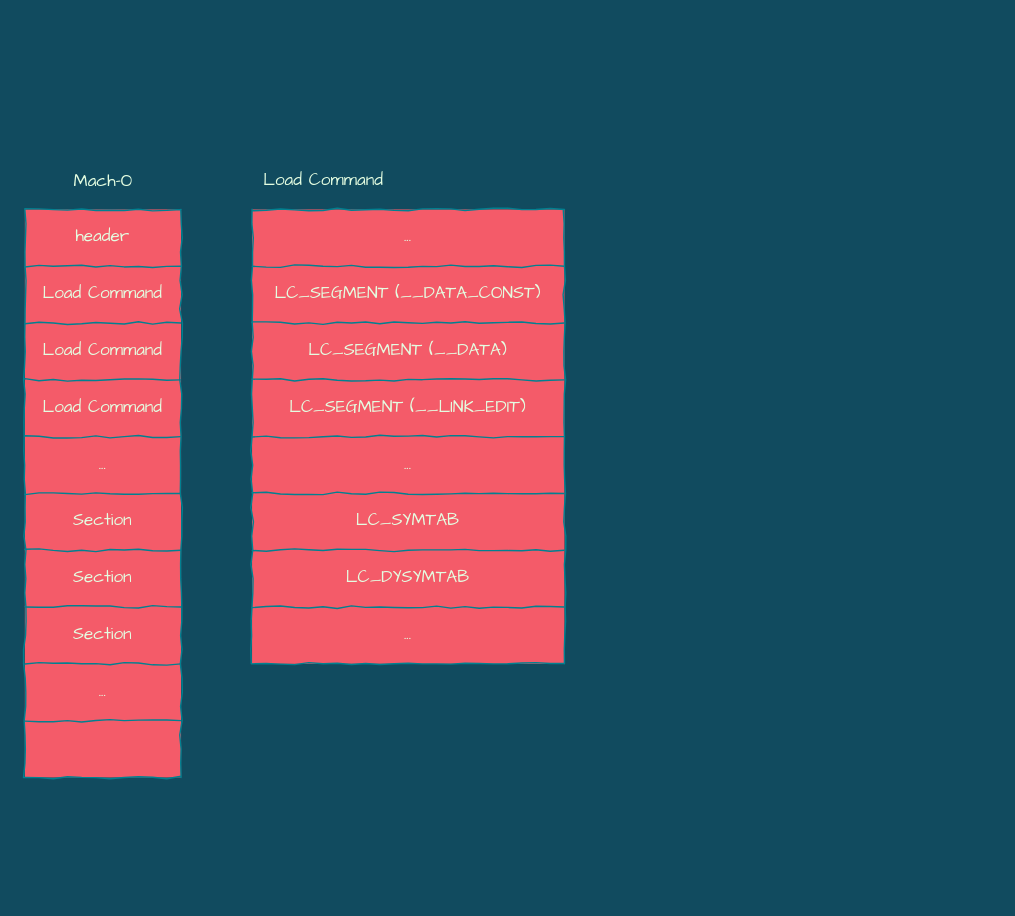
Before: fishhook/mach-o.drawio in silan-liu/drawio, a draw.io diagram. Source tidied: cells renumbered, new cells numbered last; positions are measured from the earlier drawing's top-left corner, leaving out a move shared by most shapes. Both pictures are drawn from the tidied source at 142%, with x=0, y=0 at pixel (24, 166).
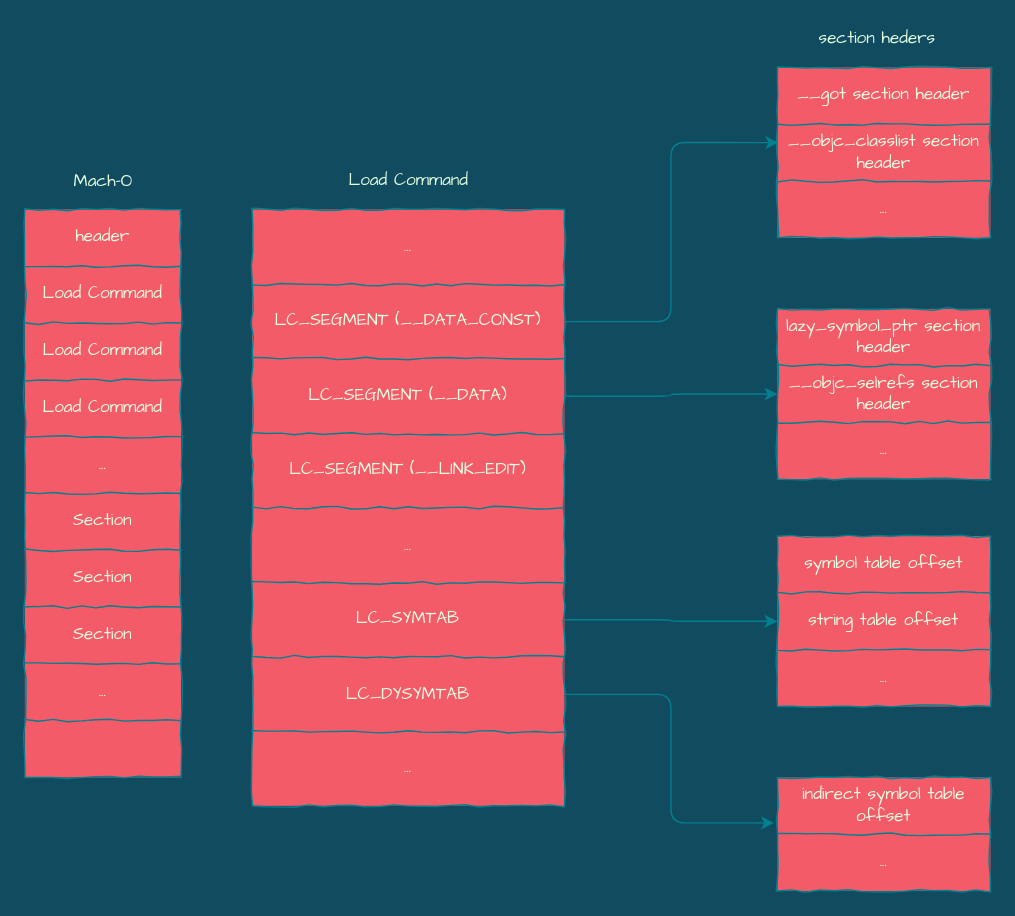
The same page after the edit.

The edit, as a diff of the source:
```diff
@@
     <mxCell id="24" style="shape=table;html=1;whiteSpace=wrap;startSize=0;childLayout=tableLayout;comic=1;fillColor=#F45B69;strokeColor=#028090;fontColor=#E4FDE1;fontFamily=Architects Daughter;" parent="1" vertex="1">
-      <mxGeometry x="160" y="30" width="220" height="320" as="geometry" />
+      <mxGeometry x="160" y="30" width="220" height="420" as="geometry" />
     </mxCell>
     <mxCell id="25" style="shape=partialRectangle;html=1;whiteSpace=wrap;fillColor=none;top=0;left=0;bottom=0;right=0;strokeColor=#028090;fontColor=#E4FDE1;" parent="24" vertex="1">
-      <mxGeometry width="220" height="40" as="geometry" />
+      <mxGeometry width="220" height="53" as="geometry" />
     </mxCell>
     <mxCell id="26" value="..." style="shape=partialRectangle;html=1;whiteSpace=wrap;overflow=hidden;fillColor=none;top=0;left=0;bottom=0;right=0;strokeColor=#028090;fontColor=#E4FDE1;fontFamily=Architects Daughter;" parent="25" vertex="1">
-      <mxGeometry width="220" height="40" as="geometry" />
+      <mxGeometry width="220" height="53" as="geometry" />
     </mxCell>
     <mxCell id="27" style="shape=partialRectangle;html=1;whiteSpace=wrap;fillColor=none;top=0;left=0;bottom=0;right=0;points=[[0,0.5],[1,0.5]];portConstraint=eastwest;strokeColor=#028090;fontColor=#E4FDE1;" parent="24" vertex="1">
-      <mxGeometry y="40" width="220" height="40" as="geometry" />
+      <mxGeometry y="53" width="220" height="52" as="geometry" />
     </mxCell>
     <mxCell id="28" value="LC_SEGMENT (__DATA_CONST)" style="shape=partialRectangle;html=1;whiteSpace=wrap;overflow=hidden;fillColor=none;top=0;left=0;bottom=0;right=0;strokeColor=#028090;fontColor=#E4FDE1;fontFamily=Architects Daughter;" parent="27" vertex="1">
-      <mxGeometry width="220" height="40" as="geometry" />
+      <mxGeometry width="220" height="52" as="geometry" />
     </mxCell>
     <mxCell id="29" style="shape=partialRectangle;html=1;whiteSpace=wrap;fillColor=none;top=0;left=0;bottom=0;right=0;points=[[0,0.5],[1,0.5]];portConstraint=eastwest;strokeColor=#028090;fontColor=#E4FDE1;" parent="24" vertex="1">
-      <mxGeometry y="80" width="220" height="40" as="geometry" />
+      <mxGeometry y="105" width="220" height="53" as="geometry" />
     </mxCell>
     <mxCell id="30" value="LC_SEGMENT (__DATA)" style="shape=partialRectangle;html=1;whiteSpace=wrap;overflow=hidden;fillColor=none;top=0;left=0;bottom=0;right=0;strokeColor=#028090;fontColor=#E4FDE1;fontFamily=Architects Daughter;" parent="29" vertex="1">
-      <mxGeometry width="220" height="40" as="geometry" />
+      <mxGeometry width="220" height="53" as="geometry" />
     </mxCell>
     <mxCell id="31" style="shape=partialRectangle;html=1;whiteSpace=wrap;fillColor=none;top=0;left=0;bottom=0;right=0;strokeColor=#028090;fontColor=#E4FDE1;" parent="24" vertex="1">
-      <mxGeometry y="120" width="220" height="40" as="geometry" />
+      <mxGeometry y="158" width="220" height="52" as="geometry" />
     </mxCell>
     <mxCell id="32" value="LC_SEGMENT (__LINK_EDIT)" style="shape=partialRectangle;html=1;whiteSpace=wrap;overflow=hidden;fillColor=none;top=0;left=0;bottom=0;right=0;strokeColor=#028090;fontColor=#E4FDE1;fontFamily=Architects Daughter;" parent="31" vertex="1">
-      <mxGeometry width="220" height="40" as="geometry" />
+      <mxGeometry width="220" height="52" as="geometry" />
     </mxCell>
     <mxCell id="33" style="shape=partialRectangle;html=1;whiteSpace=wrap;fillColor=none;top=0;left=0;bottom=0;right=0;strokeColor=#028090;fontColor=#E4FDE1;" parent="24" vertex="1">
-      <mxGeometry y="160" width="220" height="40" as="geometry" />
+      <mxGeometry y="210" width="220" height="53" as="geometry" />
     </mxCell>
     <mxCell id="34" value="..." style="shape=partialRectangle;html=1;whiteSpace=wrap;overflow=hidden;fillColor=none;top=0;left=0;bottom=0;right=0;strokeColor=#028090;fontColor=#E4FDE1;fontFamily=Architects Daughter;" parent="33" vertex="1">
-      <mxGeometry width="220" height="40" as="geometry" />
+      <mxGeometry width="220" height="53" as="geometry" />
     </mxCell>
     <mxCell id="35" style="shape=partialRectangle;html=1;whiteSpace=wrap;fillColor=none;top=0;left=0;bottom=0;right=0;points=[[0,0.5],[1,0.5]];portConstraint=eastwest;strokeColor=#028090;fontColor=#E4FDE1;" parent="24" vertex="1">
-      <mxGeometry y="200" width="220" height="40" as="geometry" />
+      <mxGeometry y="263" width="220" height="52" as="geometry" />
     </mxCell>
     <mxCell id="36" value="LC_SYMTAB" style="shape=partialRectangle;html=1;whiteSpace=wrap;overflow=hidden;fillColor=none;top=0;left=0;bottom=0;right=0;strokeColor=#028090;fontColor=#E4FDE1;fontFamily=Architects Daughter;" parent="35" vertex="1">
-      <mxGeometry width="220" height="40" as="geometry" />
+      <mxGeometry width="220" height="52" as="geometry" />
     </mxCell>
     <mxCell id="37" style="shape=partialRectangle;html=1;whiteSpace=wrap;fillColor=none;top=0;left=0;bottom=0;right=0;points=[[0,0.5],[1,0.5]];portConstraint=eastwest;strokeColor=#028090;fontColor=#E4FDE1;" parent="24" vertex="1">
-      <mxGeometry y="240" width="220" height="40" as="geometry" />
+      <mxGeometry y="315" width="220" height="53" as="geometry" />
     </mxCell>
     <mxCell id="38" value="LC_DYSYMTAB" style="shape=partialRectangle;html=1;whiteSpace=wrap;overflow=hidden;fillColor=none;top=0;left=0;bottom=0;right=0;strokeColor=#028090;fontColor=#E4FDE1;fontFamily=Architects Daughter;" parent="37" vertex="1">
-      <mxGeometry width="220" height="40" as="geometry" />
+      <mxGeometry width="220" height="53" as="geometry" />
     </mxCell>
     <mxCell id="39" style="shape=partialRectangle;html=1;whiteSpace=wrap;fillColor=none;top=0;left=0;bottom=0;right=0;strokeColor=#028090;fontColor=#E4FDE1;" parent="24" vertex="1">
-      <mxGeometry y="280" width="220" height="40" as="geometry" />
+      <mxGeometry y="368" width="220" height="52" as="geometry" />
     </mxCell>
     <mxCell id="40" value="..." style="shape=partialRectangle;html=1;whiteSpace=wrap;overflow=hidden;fillColor=none;top=0;left=0;bottom=0;right=0;strokeColor=#028090;fontColor=#E4FDE1;fontFamily=Architects Daughter;" parent="39" vertex="1">
-      <mxGeometry width="220" height="40" as="geometry" />
+      <mxGeometry width="220" height="52" as="geometry" />
     </mxCell>
     <mxCell id="41" value="Load Command" style="text;html=1;align=center;verticalAlign=middle;fontFamily=Architects Daughter;fontColor=#E4FDE1;" parent="1" vertex="1">
-      <mxGeometry x="160" width="100" height="20" as="geometry" />
+      <mxGeometry x="220" width="100" height="20" as="geometry" />
     </mxCell>
+    <mxCell id="42" style="shape=table;html=1;whiteSpace=wrap;startSize=0;childLayout=tableLayout;comic=1;fillColor=#F45B69;strokeColor=#028090;fontColor=#E4FDE1;fontFamily=Architects Daughter;" parent="1" vertex="1">
+      <mxGeometry x="530" y="260" width="150" height="120" as="geometry" />
+    </mxCell>
+    <mxCell id="43" style="shape=partialRectangle;html=1;whiteSpace=wrap;fillColor=none;top=0;left=0;bottom=0;right=0;strokeColor=#028090;fontColor=#E4FDE1;" parent="42" vertex="1">
+      <mxGeometry width="150" height="40" as="geometry" />
+    </mxCell>
+    <mxCell id="44" value="symbol table offset" style="shape=partialRectangle;html=1;whiteSpace=wrap;overflow=hidden;fillColor=none;top=0;left=0;bottom=0;right=0;strokeColor=#028090;fontColor=#E4FDE1;fontFamily=Architects Daughter;" parent="43" vertex="1">
+      <mxGeometry width="150" height="40" as="geometry" />
+    </mxCell>
+    <mxCell id="45" style="shape=partialRectangle;html=1;whiteSpace=wrap;fillColor=none;top=0;left=0;bottom=0;right=0;points=[[0,0.5],[1,0.5]];portConstraint=eastwest;strokeColor=#028090;fontColor=#E4FDE1;" parent="42" vertex="1">
+      <mxGeometry y="40" width="150" height="40" as="geometry" />
+    </mxCell>
+    <mxCell id="46" value="string table offset" style="shape=partialRectangle;html=1;whiteSpace=wrap;overflow=hidden;fillColor=none;top=0;left=0;bottom=0;right=0;strokeColor=#028090;fontColor=#E4FDE1;fontFamily=Architects Daughter;" parent="45" vertex="1">
+      <mxGeometry width="150" height="40" as="geometry" />
+    </mxCell>
+    <mxCell id="47" style="shape=partialRectangle;html=1;whiteSpace=wrap;fillColor=none;top=0;left=0;bottom=0;right=0;strokeColor=#028090;fontColor=#E4FDE1;" parent="42" vertex="1">
+      <mxGeometry y="80" width="150" height="40" as="geometry" />
+    </mxCell>
+    <mxCell id="48" value="..." style="shape=partialRectangle;html=1;whiteSpace=wrap;overflow=hidden;fillColor=none;top=0;left=0;bottom=0;right=0;strokeColor=#028090;fontColor=#E4FDE1;fontFamily=Architects Daughter;" parent="47" vertex="1">
+      <mxGeometry width="150" height="40" as="geometry" />
+    </mxCell>
+    <mxCell id="49" style="shape=table;html=1;whiteSpace=wrap;startSize=0;childLayout=tableLayout;comic=1;fillColor=#F45B69;strokeColor=#028090;fontColor=#E4FDE1;fontFamily=Architects Daughter;" parent="1" vertex="1">
+      <mxGeometry x="530" y="430" width="150" height="80" as="geometry" />
+    </mxCell>
+    <mxCell id="50" style="shape=partialRectangle;html=1;whiteSpace=wrap;fillColor=none;top=0;left=0;bottom=0;right=0;points=[[0,0.5],[1,0.5]];portConstraint=eastwest;strokeColor=#028090;fontColor=#E4FDE1;" parent="49" vertex="1">
+      <mxGeometry width="150" height="40" as="geometry" />
+    </mxCell>
+    <mxCell id="51" value="indirect symbol table offset" style="shape=partialRectangle;html=1;whiteSpace=wrap;overflow=hidden;fillColor=none;top=0;left=0;bottom=0;right=0;strokeColor=#028090;fontColor=#E4FDE1;fontFamily=Architects Daughter;" parent="50" vertex="1">
+      <mxGeometry width="150" height="40" as="geometry" />
+    </mxCell>
+    <mxCell id="52" style="shape=partialRectangle;html=1;whiteSpace=wrap;fillColor=none;top=0;left=0;bottom=0;right=0;strokeColor=#028090;fontColor=#E4FDE1;" parent="49" vertex="1">
+      <mxGeometry y="40" width="150" height="40" as="geometry" />
+    </mxCell>
+    <mxCell id="53" value="..." style="shape=partialRectangle;html=1;whiteSpace=wrap;overflow=hidden;fillColor=none;top=0;left=0;bottom=0;right=0;strokeColor=#028090;fontColor=#E4FDE1;fontFamily=Architects Daughter;" parent="52" vertex="1">
+      <mxGeometry width="150" height="40" as="geometry" />
+    </mxCell>
+    <mxCell id="54" style="edgeStyle=orthogonalEdgeStyle;curved=0;rounded=1;sketch=0;jettySize=auto;html=1;exitX=1;exitY=0.5;exitDx=0;exitDy=0;entryX=-0.016;entryY=0.8;entryDx=0;entryDy=0;entryPerimeter=0;strokeColor=#028090;fillColor=#F45B69;fontFamily=Architects Daughter;fontColor=#E4FDE1;" parent="1" edge="1" source="37" target="50">
+      <mxGeometry relative="1" as="geometry" />
+    </mxCell>
+    <mxCell id="55" style="shape=table;html=1;whiteSpace=wrap;startSize=0;childLayout=tableLayout;comic=1;fillColor=#F45B69;strokeColor=#028090;fontColor=#E4FDE1;fontFamily=Architects Daughter;" parent="1" vertex="1">
+      <mxGeometry x="530" y="-70" width="150" height="120" as="geometry" />
+    </mxCell>
+    <mxCell id="56" style="shape=partialRectangle;html=1;whiteSpace=wrap;fillColor=none;top=0;left=0;bottom=0;right=0;strokeColor=#028090;fontColor=#E4FDE1;" parent="55" vertex="1">
+      <mxGeometry width="150" height="40" as="geometry" />
+    </mxCell>
+    <mxCell id="57" value="__got section header" style="shape=partialRectangle;html=1;whiteSpace=wrap;overflow=hidden;fillColor=none;top=0;left=0;bottom=0;right=0;strokeColor=#028090;fontColor=#E4FDE1;fontFamily=Architects Daughter;" parent="56" vertex="1">
+      <mxGeometry width="150" height="40" as="geometry" />
+    </mxCell>
+    <mxCell id="58" style="shape=partialRectangle;html=1;whiteSpace=wrap;fillColor=none;top=0;left=0;bottom=0;right=0;points=[[0,0.5],[1,0.5]];portConstraint=eastwest;strokeColor=#028090;fontColor=#E4FDE1;" parent="55" vertex="1">
+      <mxGeometry y="40" width="150" height="40" as="geometry" />
+    </mxCell>
+    <mxCell id="59" value="__objc_classlist section header" style="shape=partialRectangle;html=1;whiteSpace=wrap;overflow=hidden;fillColor=none;top=0;left=0;bottom=0;right=0;strokeColor=#028090;fontColor=#E4FDE1;fontFamily=Architects Daughter;" parent="58" vertex="1">
+      <mxGeometry width="150" height="40" as="geometry" />
+    </mxCell>
+    <mxCell id="60" style="shape=partialRectangle;html=1;whiteSpace=wrap;fillColor=none;top=0;left=0;bottom=0;right=0;strokeColor=#028090;fontColor=#E4FDE1;" parent="55" vertex="1">
+      <mxGeometry y="80" width="150" height="40" as="geometry" />
+    </mxCell>
+    <mxCell id="61" value="..." style="shape=partialRectangle;html=1;whiteSpace=wrap;overflow=hidden;fillColor=none;top=0;left=0;bottom=0;right=0;strokeColor=#028090;fontColor=#E4FDE1;fontFamily=Architects Daughter;" parent="60" vertex="1">
+      <mxGeometry width="150" height="40" as="geometry" />
+    </mxCell>
+    <mxCell id="62" value="section heders" style="text;html=1;align=center;verticalAlign=middle;fontFamily=Architects Daughter;fontColor=#E4FDE1;" parent="1" vertex="1">
+      <mxGeometry x="550" y="-100" width="100" height="20" as="geometry" />
+    </mxCell>
+    <mxCell id="63" style="shape=table;html=1;whiteSpace=wrap;startSize=0;childLayout=tableLayout;comic=1;fillColor=#F45B69;strokeColor=#028090;fontColor=#E4FDE1;fontFamily=Architects Daughter;" parent="1" vertex="1">
+      <mxGeometry x="530" y="100" width="150" height="120" as="geometry" />
+    </mxCell>
+    <mxCell id="64" style="shape=partialRectangle;html=1;whiteSpace=wrap;fillColor=none;top=0;left=0;bottom=0;right=0;strokeColor=#028090;fontColor=#E4FDE1;" parent="63" vertex="1">
+      <mxGeometry width="150" height="40" as="geometry" />
+    </mxCell>
+    <mxCell id="65" value="lazy_symbol_ptr section header" style="shape=partialRectangle;html=1;whiteSpace=wrap;overflow=hidden;fillColor=none;top=0;left=0;bottom=0;right=0;strokeColor=#028090;fontColor=#E4FDE1;fontFamily=Architects Daughter;" parent="64" vertex="1">
+      <mxGeometry width="150" height="40" as="geometry" />
+    </mxCell>
+    <mxCell id="66" style="shape=partialRectangle;html=1;whiteSpace=wrap;fillColor=none;top=0;left=0;bottom=0;right=0;points=[[0,0.5],[1,0.5]];portConstraint=eastwest;strokeColor=#028090;fontColor=#E4FDE1;" parent="63" vertex="1">
+      <mxGeometry y="40" width="150" height="40" as="geometry" />
+    </mxCell>
+    <mxCell id="67" value="__objc_selrefs section header" style="shape=partialRectangle;html=1;whiteSpace=wrap;overflow=hidden;fillColor=none;top=0;left=0;bottom=0;right=0;strokeColor=#028090;fontColor=#E4FDE1;fontFamily=Architects Daughter;" parent="66" vertex="1">
+      <mxGeometry width="150" height="40" as="geometry" />
+    </mxCell>
+    <mxCell id="68" style="shape=partialRectangle;html=1;whiteSpace=wrap;fillColor=none;top=0;left=0;bottom=0;right=0;strokeColor=#028090;fontColor=#E4FDE1;" parent="63" vertex="1">
+      <mxGeometry y="80" width="150" height="40" as="geometry" />
+    </mxCell>
+    <mxCell id="69" value="..." style="shape=partialRectangle;html=1;whiteSpace=wrap;overflow=hidden;fillColor=none;top=0;left=0;bottom=0;right=0;strokeColor=#028090;fontColor=#E4FDE1;fontFamily=Architects Daughter;" parent="68" vertex="1">
+      <mxGeometry width="150" height="40" as="geometry" />
+    </mxCell>
+    <mxCell id="70" style="edgeStyle=orthogonalEdgeStyle;curved=0;rounded=1;sketch=0;jettySize=auto;html=1;exitX=1;exitY=0.5;exitDx=0;exitDy=0;entryX=0;entryY=0.5;entryDx=0;entryDy=0;strokeColor=#028090;fillColor=#F45B69;fontFamily=Architects Daughter;fontColor=#E4FDE1;" parent="1" edge="1" source="35" target="45">
+      <mxGeometry relative="1" as="geometry" />
+    </mxCell>
+    <mxCell id="71" style="edgeStyle=orthogonalEdgeStyle;curved=0;rounded=1;sketch=0;jettySize=auto;html=1;exitX=1;exitY=0.5;exitDx=0;exitDy=0;entryX=0.004;entryY=0.323;entryDx=0;entryDy=0;entryPerimeter=0;strokeColor=#028090;fillColor=#F45B69;fontFamily=Architects Daughter;fontColor=#E4FDE1;" parent="1" edge="1" source="27" target="58">
+      <mxGeometry relative="1" as="geometry" />
+    </mxCell>
+    <mxCell id="72" style="edgeStyle=orthogonalEdgeStyle;curved=0;rounded=1;sketch=0;jettySize=auto;html=1;exitX=1;exitY=0.5;exitDx=0;exitDy=0;entryX=0;entryY=0.5;entryDx=0;entryDy=0;strokeColor=#028090;fillColor=#F45B69;fontFamily=Architects Daughter;fontColor=#E4FDE1;" parent="1" edge="1" source="29" target="66">
+      <mxGeometry relative="1" as="geometry" />
+    </mxCell>
```
